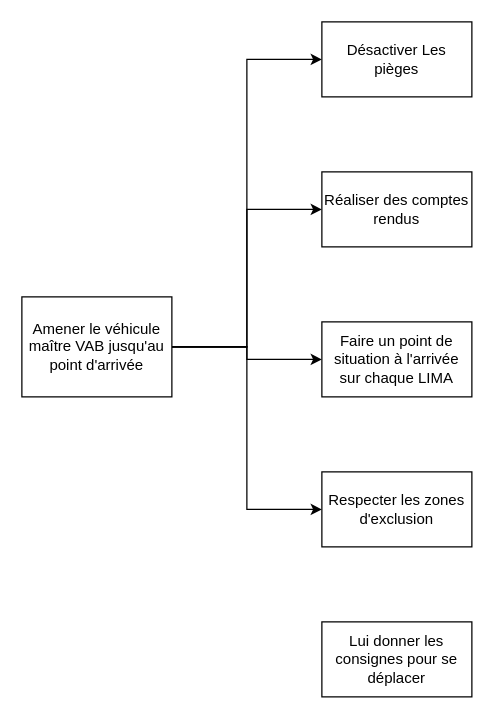
annieliu52/CoHoMa keeps this draw.io diagram as Diagrammes/Untitled Diagram.drawio. Above is the earlier version. Source tidied: cells renumbered, new cells numbered last; positions are measured from the earlier drawing's top-left corner, leaving out a move shared by most shapes. Both pictures are drawn from the tidied source at 125%, with x=0, y=0 at pixel (21, 21).
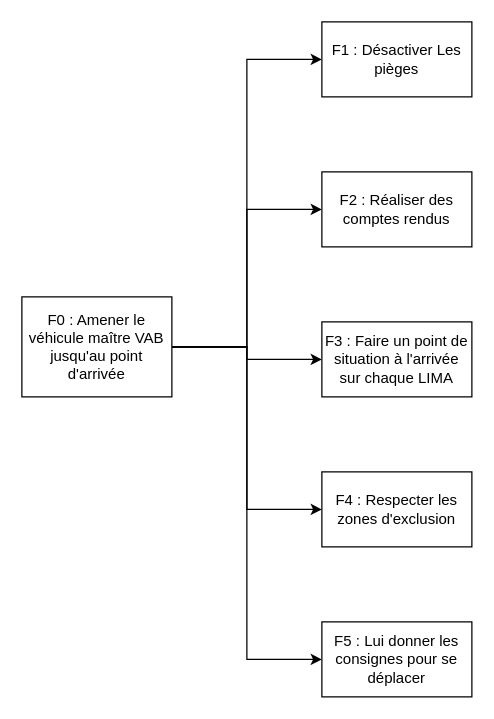
Above is the later version.

What changed in the source:
```diff
@@
 <mxGraphModel>
   <root>
     <mxCell id="0" />
     <mxCell id="1" parent="0" />
     <mxCell id="2" style="edgeStyle=orthogonalEdgeStyle;rounded=0;jettySize=auto;html=1;exitX=1;exitY=0.5;exitDx=0;exitDy=0;entryX=0;entryY=0.5;entryDx=0;entryDy=0;" parent="1" edge="1" source="6" target="7">
       <mxGeometry relative="1" as="geometry" />
     </mxCell>
     <mxCell id="3" style="edgeStyle=orthogonalEdgeStyle;rounded=0;jettySize=auto;html=1;exitX=1;exitY=0.5;exitDx=0;exitDy=0;entryX=0;entryY=0.5;entryDx=0;entryDy=0;" parent="1" edge="1" source="6" target="8">
       <mxGeometry relative="1" as="geometry" />
     </mxCell>
     <mxCell id="4" style="edgeStyle=orthogonalEdgeStyle;rounded=0;jettySize=auto;html=1;exitX=1;exitY=0.5;exitDx=0;exitDy=0;entryX=0;entryY=0.5;entryDx=0;entryDy=0;" parent="1" edge="1" source="6" target="9">
       <mxGeometry relative="1" as="geometry" />
     </mxCell>
     <mxCell id="5" style="edgeStyle=orthogonalEdgeStyle;rounded=0;jettySize=auto;html=1;exitX=1;exitY=0.5;exitDx=0;exitDy=0;entryX=0;entryY=0.5;entryDx=0;entryDy=0;" parent="1" edge="1" source="6" target="10">
       <mxGeometry relative="1" as="geometry" />
     </mxCell>
+    <mxCell id="12" style="edgeStyle=orthogonalEdgeStyle;rounded=0;jettySize=auto;html=1;exitX=1;exitY=0.5;exitDx=0;exitDy=0;entryX=0;entryY=0.5;entryDx=0;entryDy=0;" parent="1" edge="1" source="6" target="11">
+      <mxGeometry relative="1" as="geometry" />
+    </mxCell>
-    <mxCell id="6" value="Amener le véhicule maître VAB jusqu'au point d'arrivée" style="rounded=0;whiteSpace=wrap;html=1;" parent="1" vertex="1">
+    <mxCell id="6" value="F0 : Amener le véhicule maître VAB jusqu'au point d'arrivée" style="rounded=0;whiteSpace=wrap;html=1;" parent="1" vertex="1">
       <mxGeometry y="220" width="120" height="80" as="geometry" />
     </mxCell>
-    <mxCell id="7" value="Désactiver Les pièges" style="rounded=0;whiteSpace=wrap;html=1;" parent="1" vertex="1">
+    <mxCell id="7" value="F1 : Désactiver Les pièges" style="rounded=0;whiteSpace=wrap;html=1;" parent="1" vertex="1">
       <mxGeometry x="240" width="120" height="60" as="geometry" />
     </mxCell>
-    <mxCell id="8" value="Réaliser des comptes rendus" style="rounded=0;whiteSpace=wrap;html=1;" parent="1" vertex="1">
+    <mxCell id="8" value="F2 : Réaliser des comptes rendus" style="rounded=0;whiteSpace=wrap;html=1;" parent="1" vertex="1">
       <mxGeometry x="240" y="120" width="120" height="60" as="geometry" />
     </mxCell>
-    <mxCell id="9" value="Faire un point de situation à l'arrivée sur chaque LIMA" style="rounded=0;whiteSpace=wrap;html=1;" parent="1" vertex="1">
+    <mxCell id="9" value="F3 : Faire un point de situation à l'arrivée sur chaque LIMA" style="rounded=0;whiteSpace=wrap;html=1;" parent="1" vertex="1">
       <mxGeometry x="240" y="240" width="120" height="60" as="geometry" />
     </mxCell>
-    <mxCell id="10" value="Respecter les zones d'exclusion" style="rounded=0;whiteSpace=wrap;html=1;" parent="1" vertex="1">
+    <mxCell id="10" value="F4 : Respecter les zones d'exclusion" style="rounded=0;whiteSpace=wrap;html=1;" parent="1" vertex="1">
       <mxGeometry x="240" y="360" width="120" height="60" as="geometry" />
     </mxCell>
-    <mxCell id="11" value="Lui donner les consignes pour se déplacer" style="rounded=0;whiteSpace=wrap;html=1;" parent="1" vertex="1">
+    <mxCell id="11" value="F5 : Lui donner les consignes pour se déplacer" style="rounded=0;whiteSpace=wrap;html=1;" parent="1" vertex="1">
       <mxGeometry x="240" y="480" width="120" height="60" as="geometry" />
     </mxCell>
   </root>
 </mxGraphModel>
```
